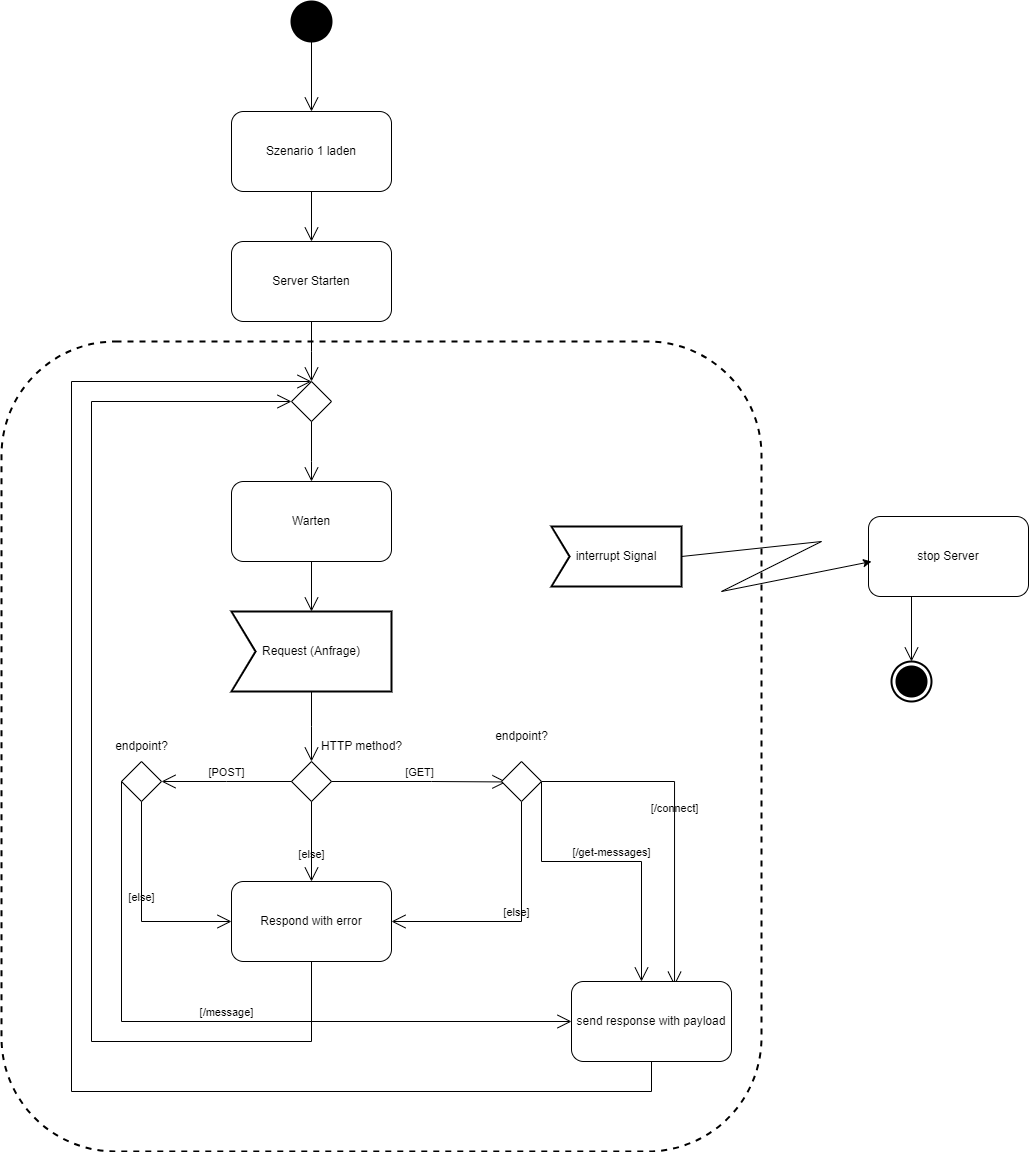
This is images/serverStart.png from MoritzSkrepek/Diplomschrift, a draw.io export, as it was before one commit. Source tidied: cells renumbered, new cells last; positions are measured from the earlier drawing's top-left corner, leaving out a move shared by most shapes.
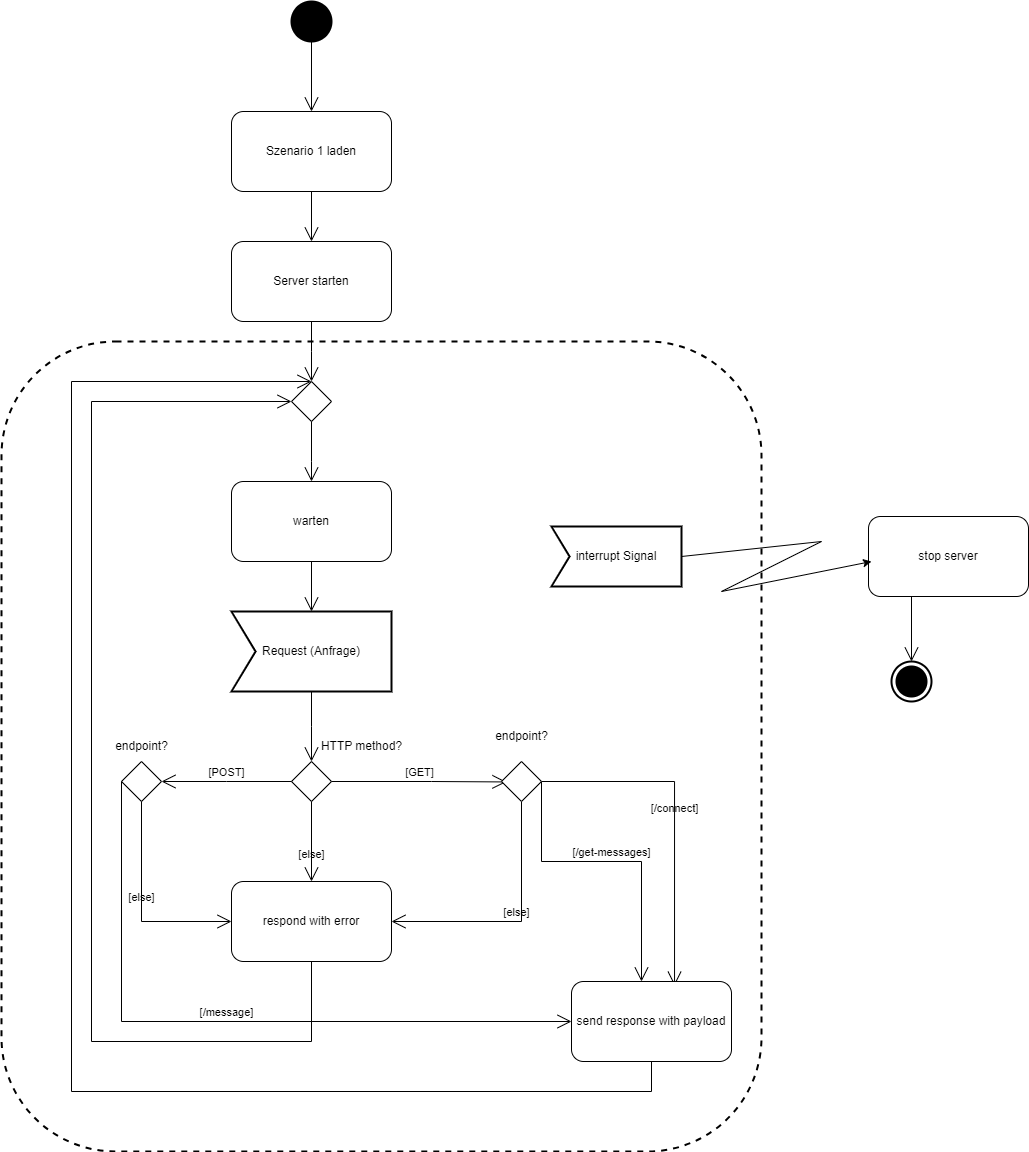
After the commit.

Change to the diagram source:
```diff
@@ -11,10 +11,10 @@
     <mxCell id="4" value="Szenario 1 laden" style="shape=rect;html=1;rounded=1;whiteSpace=wrap;align=center;" parent="1" vertex="1">
       <mxGeometry x="230" y="110" width="160" height="80" as="geometry" />
     </mxCell>
-    <mxCell id="5" value="Server Starten" style="shape=rect;html=1;rounded=1;whiteSpace=wrap;align=center;" parent="1" vertex="1">
+    <mxCell id="5" value="Server starten" style="shape=rect;html=1;rounded=1;whiteSpace=wrap;align=center;" parent="1" vertex="1">
       <mxGeometry x="230" y="240" width="160" height="80" as="geometry" />
     </mxCell>
-    <mxCell id="6" value="Warten" style="shape=rect;html=1;rounded=1;whiteSpace=wrap;align=center;" parent="1" vertex="1">
+    <mxCell id="6" value="warten" style="shape=rect;html=1;rounded=1;whiteSpace=wrap;align=center;" parent="1" vertex="1">
       <mxGeometry x="230" y="480" width="160" height="80" as="geometry" />
     </mxCell>
     <mxCell id="7" value="Request (Anfrage)" style="html=1;shape=mxgraph.sysml.accEvent;strokeWidth=2;whiteSpace=wrap;align=center;" parent="1" vertex="1">
@@ -81,7 +81,7 @@
     <mxCell id="19" value="send response with payload" style="shape=rect;html=1;rounded=1;whiteSpace=wrap;align=center;" parent="1" vertex="1">
       <mxGeometry x="570" y="980" width="160" height="80" as="geometry" />
     </mxCell>
-    <mxCell id="20" value="Respond with error" style="shape=rect;html=1;rounded=1;whiteSpace=wrap;align=center;" parent="1" vertex="1">
+    <mxCell id="20" value="respond with error" style="shape=rect;html=1;rounded=1;whiteSpace=wrap;align=center;" parent="1" vertex="1">
       <mxGeometry x="230" y="880" width="160" height="80" as="geometry" />
     </mxCell>
     <mxCell id="21" style="edgeStyle=elbowEdgeStyle;html=1;elbow=horizontal;align=right;verticalAlign=bottom;endArrow=none;rounded=0;labelBackgroundColor=none;startArrow=open;startSize=12;" parent="1" edge="1" source="7" target="6">
@@ -149,7 +149,7 @@
     <mxCell id="31" value="interrupt Signal" style="html=1;shape=mxgraph.sysml.accEvent;strokeWidth=2;whiteSpace=wrap;align=center;" parent="1" vertex="1">
       <mxGeometry x="550" y="525" width="130" height="60" as="geometry" />
     </mxCell>
-    <mxCell id="32" value="stop Server" style="shape=rect;html=1;rounded=1;whiteSpace=wrap;align=center;" parent="1" vertex="1">
+    <mxCell id="32" value="stop server" style="shape=rect;html=1;rounded=1;whiteSpace=wrap;align=center;" parent="1" vertex="1">
       <mxGeometry x="867" y="515" width="160" height="80" as="geometry" />
     </mxCell>
     <mxCell id="33" style="edgeStyle=elbowEdgeStyle;html=1;elbow=horizontal;align=right;verticalAlign=bottom;endArrow=none;rounded=0;labelBackgroundColor=none;startArrow=open;startSize=12;entryX=0.5;entryY=1;entryDx=0;entryDy=0;" parent="1" edge="1" source="26" target="32">
@@ -168,17 +168,17 @@
     <mxCell id="36" value="endpoint?" style="text;html=1;align=center;verticalAlign=middle;strokeColor=none;fillColor=none;" parent="1" vertex="1">
       <mxGeometry x="480" y="720" width="80" height="30" as="geometry" />
     </mxCell>
+    <mxCell id="38" style="endArrow=none;html=1;rounded=0;" parent="1" edge="1">
+      <mxGeometry relative="1" as="geometry">
+        <mxPoint x="820" y="540" as="sourcePoint" />
+        <mxPoint x="720" y="590" as="targetPoint" />
+      </mxGeometry>
+    </mxCell>
     <mxCell id="37" style="endArrow=none;html=1;rounded=0;entryX=1;entryY=0.5;entryDx=0;entryDy=0;entryPerimeter=0;" parent="1" edge="1" target="31">
       <mxGeometry relative="1" as="geometry">
         <mxPoint x="820" y="540" as="sourcePoint" />
       </mxGeometry>
     </mxCell>
-    <mxCell id="38" style="endArrow=none;html=1;rounded=0;" parent="1" edge="1">
-      <mxGeometry relative="1" as="geometry">
-        <mxPoint x="820" y="540" as="sourcePoint" />
-        <mxPoint x="720" y="590" as="targetPoint" />
-      </mxGeometry>
-    </mxCell>
     <mxCell id="39" style="endArrow=classic;html=1;rounded=0;" parent="1" edge="1">
       <mxGeometry relative="1" as="geometry">
         <mxPoint x="720" y="590" as="sourcePoint" />
```
